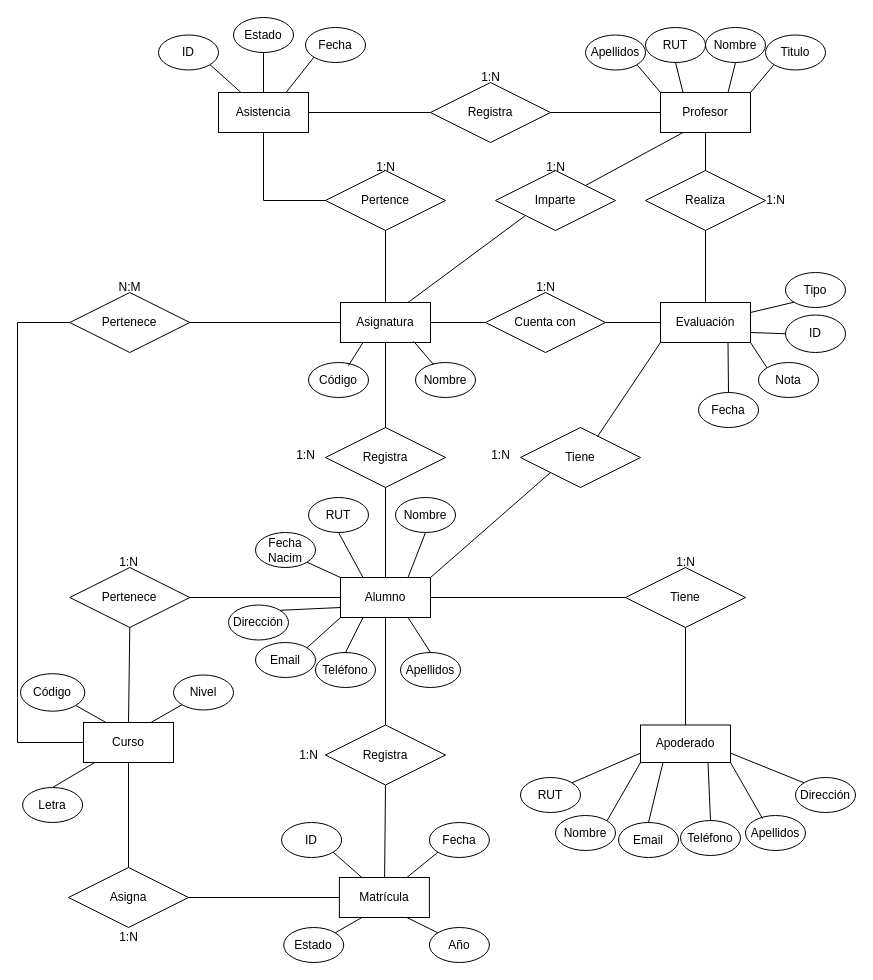
This is Untitled Diagram.drawio from L1TnzO/Proyecto_ICC315, a draw.io file, before an edit. Source tidied: cells renumbered, new cells numbered last; positions are measured from the earlier drawing's top-left corner, leaving out a move shared by most shapes. Both pictures are drawn from the tidied source at 100%, with x=0, y=0 at pixel (17, 17).
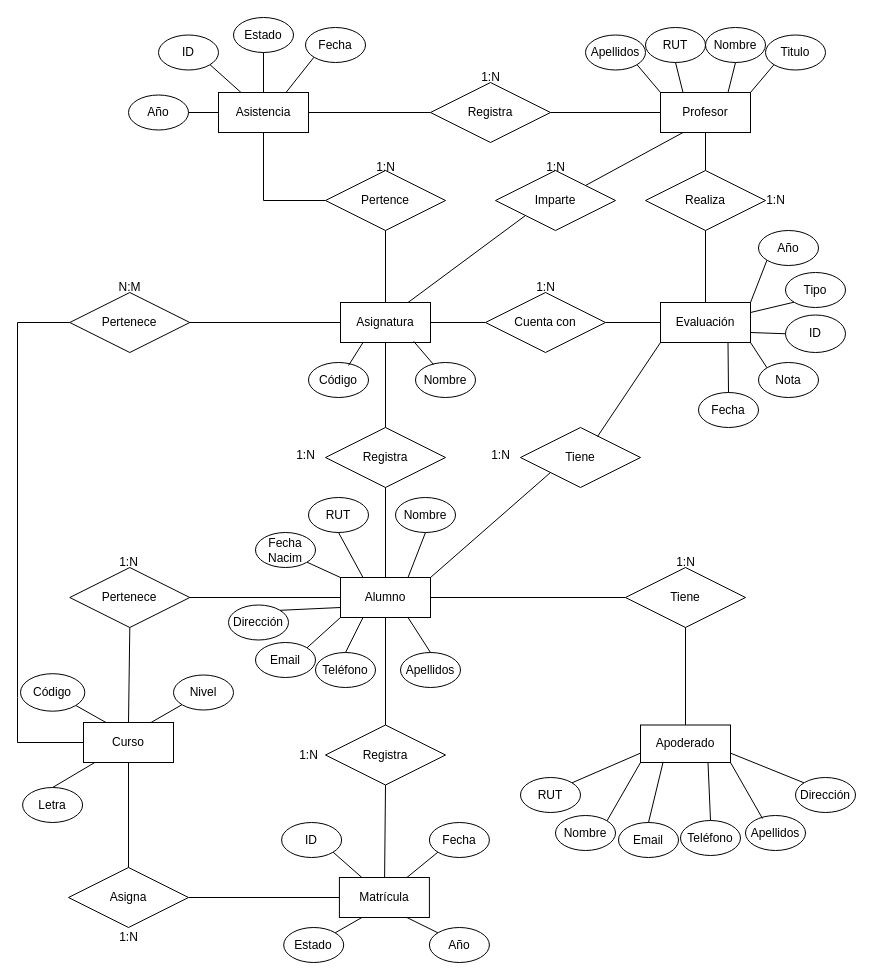
The same page after the edit.

Unchanged cells that the change refers to:
```xml
<mxCell id="3" value="Evaluación" style="whiteSpace=wrap;html=1;" parent="1" vertex="1">
  <mxGeometry x="643" y="285" width="90" height="40" as="geometry" />
</mxCell>
<mxCell id="4" value="Asistencia" style="whiteSpace=wrap;html=1;" parent="1" vertex="1">
  <mxGeometry x="201" y="75" width="90" height="40" as="geometry" />
</mxCell>
```

Change to the diagram source:
```diff
@@
+    <mxCell id="124" value="Año" style="ellipse;whiteSpace=wrap;html=1;" parent="1" vertex="1">
+      <mxGeometry x="741" y="213" width="60" height="35" as="geometry" />
+    </mxCell>
+    <mxCell id="125" style="endArrow=none;html=1;rounded=0;entryX=0;entryY=1;entryDx=0;entryDy=0;exitX=1;exitY=0;exitDx=0;exitDy=0;" parent="1" edge="1" source="3" target="124">
+      <mxGeometry relative="1" as="geometry" />
+    </mxCell>
+    <mxCell id="126" value="Año" style="ellipse;whiteSpace=wrap;html=1;" parent="1" vertex="1">
+      <mxGeometry x="111" y="77.5" width="60" height="35" as="geometry" />
+    </mxCell>
+    <mxCell id="127" style="endArrow=none;html=1;rounded=0;entryX=1;entryY=0.5;entryDx=0;entryDy=0;exitX=0;exitY=0.5;exitDx=0;exitDy=0;" parent="1" edge="1" source="4" target="126">
+      <mxGeometry relative="1" as="geometry" />
+    </mxCell>
```
